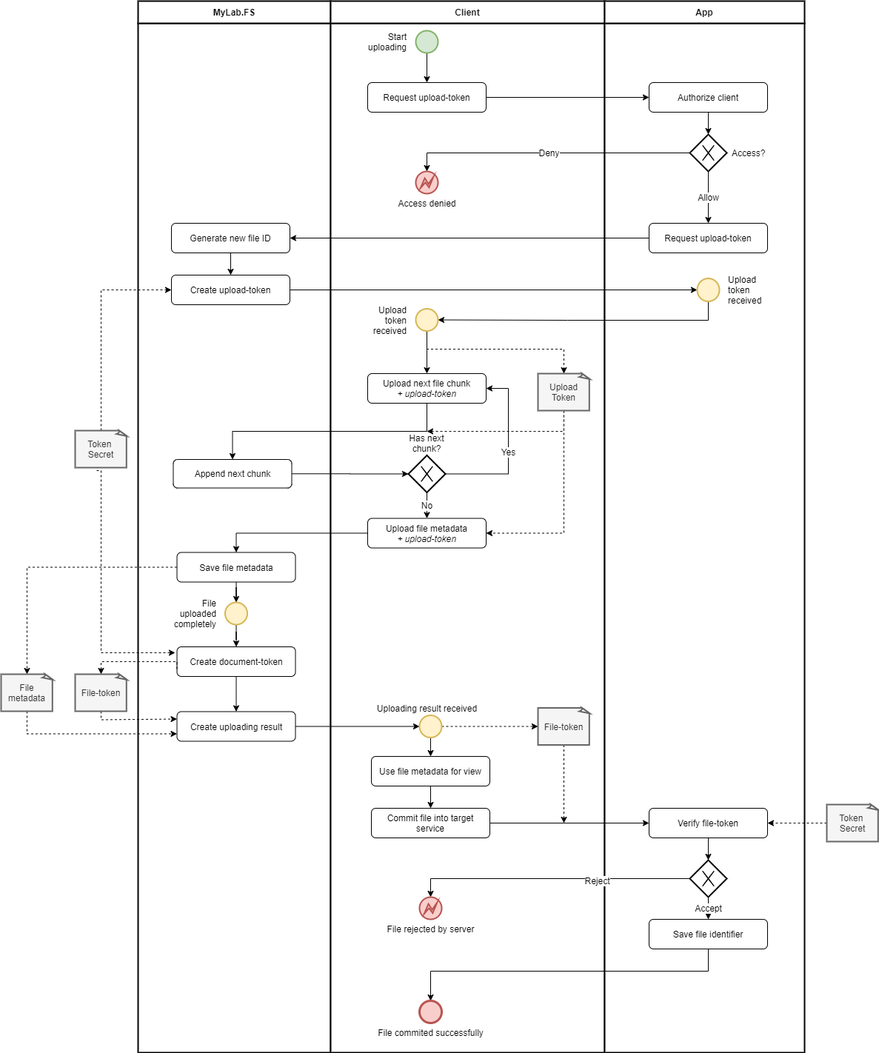
mylab-tools/file-storage keeps this draw.io diagram as doc/diagramms/mylab-fs-client-uploading.png. Above is the earlier version. Source tidied: cells renumbered, new cells last; positions are measured from the earlier drawing's top-left corner, leaving out a move shared by most shapes.
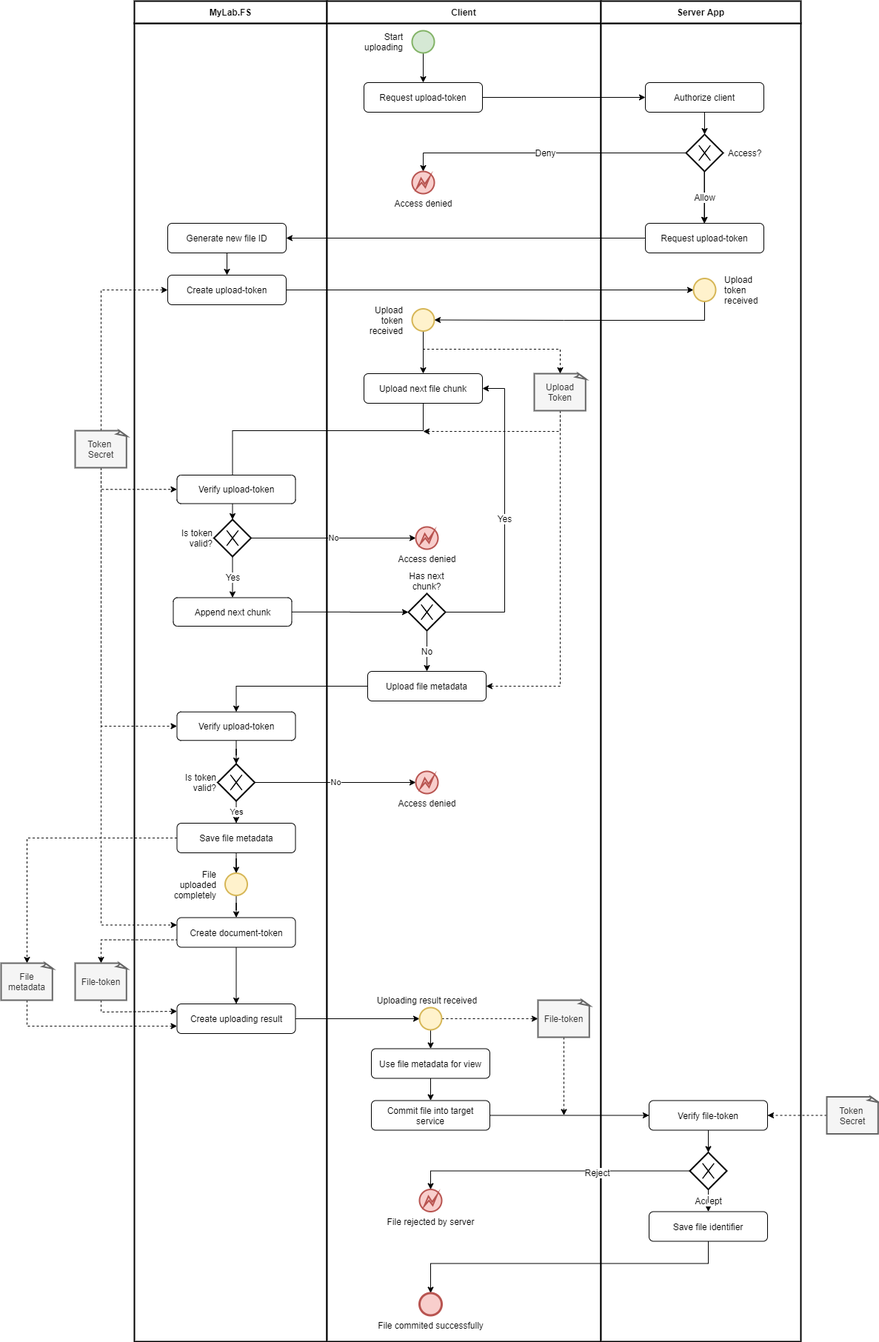
After the commit.

Change to the diagram source:
```diff
@@ -5,3 +5,3 @@
     <mxCell id="2" style="rounded=0;whiteSpace=wrap;html=1;strokeWidth=2;fontSize=12;align=center;" parent="1" vertex="1">
-      <mxGeometry x="185" y="30" width="260" height="1390" as="geometry" />
+      <mxGeometry x="185" y="30" width="260" height="1780" as="geometry" />
     </mxCell>
@@ -11,3 +11,3 @@
     <mxCell id="4" style="rounded=0;whiteSpace=wrap;html=1;strokeWidth=2;fontSize=12;align=center;" parent="1" vertex="1">
-      <mxGeometry x="445" y="30" width="370" height="1390" as="geometry" />
+      <mxGeometry x="445" y="30" width="370" height="1780" as="geometry" />
     </mxCell>
@@ -17,5 +17,5 @@
     <mxCell id="6" style="rounded=0;whiteSpace=wrap;html=1;strokeWidth=2;fontSize=12;align=center;" parent="1" vertex="1">
-      <mxGeometry x="815" y="30" width="270" height="1390" as="geometry" />
+      <mxGeometry x="815" y="30" width="270" height="1780" as="geometry" />
     </mxCell>
-    <mxCell id="7" value="App" style="rounded=0;whiteSpace=wrap;html=1;strokeWidth=2;fontSize=12;align=center;fontStyle=1;" parent="1" vertex="1">
+    <mxCell id="7" value="Server App" style="rounded=0;whiteSpace=wrap;html=1;strokeWidth=2;fontSize=12;align=center;fontStyle=1;" parent="1" vertex="1">
       <mxGeometry x="815" width="270" height="30" as="geometry" />
@@ -61,4 +61,21 @@
     </mxCell>
+    <mxCell id="79" style="edgeStyle=orthogonalEdgeStyle;rounded=0;jettySize=auto;html=1;entryX=0;entryY=0.5;entryDx=0;entryDy=0;exitX=0.5;exitY=1;exitDx=0;exitDy=0;exitPerimeter=0;dashed=1;" parent="1" edge="1" source="21" target="86">
+      <mxGeometry relative="1" as="geometry" />
+    </mxCell>
+    <mxCell id="80" style="edgeStyle=orthogonalEdgeStyle;rounded=0;jettySize=auto;html=1;entryX=0;entryY=0.25;entryDx=0;entryDy=0;dashed=1;" parent="1" edge="1" source="21" target="37">
+      <mxGeometry relative="1" as="geometry">
+        <Array as="points">
+          <mxPoint x="140" y="1248" />
+        </Array>
+      </mxGeometry>
+    </mxCell>
+    <mxCell id="81" style="edgeStyle=orthogonalEdgeStyle;rounded=0;jettySize=auto;html=1;entryX=0;entryY=0.5;entryDx=0;entryDy=0;dashed=1;" parent="1" edge="1" source="21" target="92">
+      <mxGeometry relative="1" as="geometry">
+        <Array as="points">
+          <mxPoint x="140" y="979" />
+        </Array>
+      </mxGeometry>
+    </mxCell>
     <mxCell id="21" value="Token &lt;br&gt;Secret" style="whiteSpace=wrap;html=1;shape=mxgraph.basic.document;strokeWidth=2;fontSize=12;align=center;fillColor=#f5f5f5;strokeColor=#666666;fontColor=#333333;" parent="1" vertex="1">
-      <mxGeometry x="100" y="580" width="70" height="50" as="geometry" />
+      <mxGeometry x="105" y="580" width="70" height="50" as="geometry" />
     </mxCell>
@@ -75,6 +92,6 @@
     </mxCell>
-    <mxCell id="24" style="edgeStyle=orthogonalEdgeStyle;rounded=0;jettySize=auto;html=1;entryX=0.5;entryY=0;entryDx=0;entryDy=0;startArrow=none;startFill=0;endArrow=classic;endFill=1;strokeWidth=1;fontSize=12;exitX=0.5;exitY=1;exitDx=0;exitDy=0;" parent="1" edge="1" source="25" target="27">
+    <mxCell id="24" value="Yes" style="edgeStyle=orthogonalEdgeStyle;rounded=0;jettySize=auto;html=1;entryX=0.5;entryY=0;entryDx=0;entryDy=0;startArrow=none;startFill=0;endArrow=classic;endFill=1;strokeWidth=1;fontSize=12;exitX=0.5;exitY=1;exitDx=0;exitDy=0;" parent="1" edge="1" source="83" target="27">
       <mxGeometry relative="1" as="geometry" />
     </mxCell>
-    <mxCell id="25" value="Upload next file chunk&lt;br&gt;&lt;i&gt;+ upload-token&lt;/i&gt;" style="rounded=1;whiteSpace=wrap;html=1;strokeWidth=1;fontSize=12;align=center;" parent="1" vertex="1">
+    <mxCell id="25" value="Upload next file chunk" style="rounded=1;whiteSpace=wrap;html=1;strokeWidth=1;fontSize=12;align=center;" parent="1" vertex="1">
       <mxGeometry x="495" y="503" width="160" height="40" as="geometry" />
@@ -85,3 +102,3 @@
     <mxCell id="27" value="Append next chunk" style="rounded=1;whiteSpace=wrap;html=1;strokeWidth=1;fontSize=12;align=center;" parent="1" vertex="1">
-      <mxGeometry x="232.5" y="619" width="160" height="38.5" as="geometry" />
+      <mxGeometry x="237.5" y="805.5" width="160" height="38.5" as="geometry" />
     </mxCell>
@@ -90,3 +107,3 @@
         <Array as="points">
-          <mxPoint x="685" y="639" />
+          <mxPoint x="685" y="825" />
           <mxPoint x="685" y="523" />
@@ -99,11 +116,11 @@
     <mxCell id="30" value="&lt;span style=&quot;white-space: normal ; background-color: rgb(255 , 255 , 255)&quot;&gt;Has next chunk?&lt;/span&gt;" style="shape=mxgraph.bpmn.shape;html=1;verticalLabelPosition=top;labelBackgroundColor=#ffffff;verticalAlign=bottom;align=center;perimeter=rhombusPerimeter;background=gateway;outlineConnect=0;outline=none;symbol=exclusiveGw;strokeWidth=2;fontSize=12;labelPosition=center;whiteSpace=wrap;" parent="1" vertex="1">
-      <mxGeometry x="550" y="613.5" width="50" height="50" as="geometry" />
+      <mxGeometry x="555" y="800" width="50" height="50" as="geometry" />
     </mxCell>
-    <mxCell id="31" style="edgeStyle=orthogonalEdgeStyle;rounded=0;jettySize=auto;html=1;entryX=0.5;entryY=0;entryDx=0;entryDy=0;startArrow=none;startFill=0;endArrow=classic;endFill=1;strokeWidth=1;fontSize=12;" parent="1" edge="1" source="32" target="35">
+    <mxCell id="31" style="edgeStyle=orthogonalEdgeStyle;rounded=0;jettySize=auto;html=1;entryX=0.5;entryY=0;entryDx=0;entryDy=0;startArrow=none;startFill=0;endArrow=classic;endFill=1;strokeWidth=1;fontSize=12;" parent="1" edge="1" source="32" target="92">
       <mxGeometry relative="1" as="geometry" />
     </mxCell>
-    <mxCell id="32" value="Upload file metadata&lt;br&gt;&lt;i&gt;+ upload-token&lt;/i&gt;" style="rounded=1;whiteSpace=wrap;html=1;strokeWidth=1;fontSize=12;align=center;" parent="1" vertex="1">
-      <mxGeometry x="495" y="698.5" width="160" height="40" as="geometry" />
+    <mxCell id="32" value="Upload file metadata" style="rounded=1;whiteSpace=wrap;html=1;strokeWidth=1;fontSize=12;align=center;" parent="1" vertex="1">
+      <mxGeometry x="500" y="905" width="160" height="40" as="geometry" />
     </mxCell>
-    <mxCell id="33" style="edgeStyle=orthogonalEdgeStyle;rounded=0;jettySize=auto;html=1;startArrow=none;startFill=0;endArrow=classic;endFill=1;strokeWidth=1;fontSize=12;entryX=0.5;entryY=0;entryDx=0;entryDy=0;" parent="1" edge="1" source="35" target="49">
+    <mxCell id="33" value="&lt;br&gt;" style="edgeStyle=orthogonalEdgeStyle;rounded=0;jettySize=auto;html=1;startArrow=none;startFill=0;endArrow=classic;endFill=1;strokeWidth=1;fontSize=12;entryX=0.5;entryY=0;entryDx=0;entryDy=0;" parent="1" edge="1" source="35" target="49">
       <mxGeometry relative="1" as="geometry" />
@@ -114,3 +131,3 @@
     <mxCell id="35" value="Save file metadata" style="rounded=1;whiteSpace=wrap;html=1;strokeWidth=1;fontSize=12;align=center;" parent="1" vertex="1">
-      <mxGeometry x="237.5" y="744.5" width="160" height="40" as="geometry" />
+      <mxGeometry x="242.5" y="1110" width="160" height="40" as="geometry" />
     </mxCell>
@@ -120,3 +137,3 @@
     <mxCell id="37" value="Create document-token" style="rounded=1;whiteSpace=wrap;html=1;strokeWidth=1;fontSize=12;align=center;" parent="1" vertex="1">
-      <mxGeometry x="237.5" y="872" width="160" height="40" as="geometry" />
+      <mxGeometry x="242.5" y="1237.5" width="160" height="40" as="geometry" />
     </mxCell>
@@ -126,3 +143,3 @@
     <mxCell id="39" value="Create uploading result" style="rounded=1;whiteSpace=wrap;html=1;strokeWidth=1;fontSize=12;align=center;" parent="1" vertex="1">
-      <mxGeometry x="237.5" y="959.5" width="160" height="40" as="geometry" />
+      <mxGeometry x="242.5" y="1354" width="160" height="40" as="geometry" />
     </mxCell>
@@ -145,3 +162,3 @@
         <Array as="points">
-          <mxPoint x="135" y="970.5" />
+          <mxPoint x="140" y="1365" />
         </Array>
@@ -152,4 +169,3 @@
         <Array as="points">
-          <mxPoint x="135" y="892" />
-          <mxPoint x="238" y="892" />
+          <mxPoint x="140" y="1268" />
         </Array>
@@ -158,3 +174,3 @@
     <mxCell id="45" value="File-token" style="whiteSpace=wrap;html=1;shape=mxgraph.basic.document;strokeWidth=2;fontSize=12;align=center;fillColor=#f5f5f5;strokeColor=#666666;fontColor=#333333;" parent="1" vertex="1">
-      <mxGeometry x="100" y="909" width="70" height="50" as="geometry" />
+      <mxGeometry x="105" y="1299" width="70" height="50" as="geometry" />
     </mxCell>
@@ -164,3 +180,3 @@
     <mxCell id="47" value="File metadata" style="whiteSpace=wrap;html=1;shape=mxgraph.basic.document;strokeWidth=2;fontSize=12;align=center;fillColor=#f5f5f5;strokeColor=#666666;fontColor=#333333;" parent="1" vertex="1">
-      <mxGeometry y="909" width="70" height="50" as="geometry" />
+      <mxGeometry x="5" y="1299" width="70" height="50" as="geometry" />
     </mxCell>
@@ -170,3 +186,3 @@
     <mxCell id="49" value="File uploaded completely" style="ellipse;html=1;strokeColor=#d6b656;strokeWidth=2;fillColor=#fff2cc;fontSize=12;align=right;labelPosition=left;verticalLabelPosition=middle;verticalAlign=middle;whiteSpace=wrap;spacingRight=10;" parent="1" vertex="1">
-      <mxGeometry x="302.5" y="812" width="30" height="30" as="geometry" />
+      <mxGeometry x="307.5" y="1177.5" width="30" height="30" as="geometry" />
     </mxCell>
@@ -179,3 +195,3 @@
     <mxCell id="52" value="Uploading result received" style="ellipse;html=1;strokeColor=#d6b656;strokeWidth=2;fillColor=#fff2cc;fontSize=12;align=center;labelPosition=center;verticalLabelPosition=top;verticalAlign=bottom;spacingRight=10;" parent="1" vertex="1">
-      <mxGeometry x="565" y="964.5" width="30" height="30" as="geometry" />
+      <mxGeometry x="570" y="1359" width="30" height="30" as="geometry" />
     </mxCell>
@@ -207,11 +223,2 @@
     </mxCell>
-    <mxCell id="60" style="edgeStyle=orthogonalEdgeStyle;rounded=0;jettySize=auto;html=1;startArrow=none;startFill=0;endArrow=classic;endFill=1;strokeWidth=1;fontSize=12;dashed=1;exitX=0.414;exitY=1.08;exitDx=0;exitDy=0;exitPerimeter=0;" parent="1" edge="1" source="21">
-      <mxGeometry relative="1" as="geometry">
-        <mxPoint x="235" y="880" as="targetPoint" />
-        <Array as="points">
-          <mxPoint x="135" y="634" />
-          <mxPoint x="135" y="880" />
-        </Array>
-      </mxGeometry>
-    </mxCell>
     <mxCell id="61" style="edgeStyle=orthogonalEdgeStyle;rounded=0;jettySize=auto;html=1;entryX=0.5;entryY=0;entryDx=0;entryDy=0;startArrow=none;startFill=0;endArrow=classic;endFill=1;strokeWidth=1;fontSize=12;" parent="1" edge="1" source="62" target="64">
@@ -220,3 +227,3 @@
     <mxCell id="62" value="Use file metadata for view" style="rounded=1;whiteSpace=wrap;html=1;strokeWidth=1;fontSize=12;align=center;" parent="1" vertex="1">
-      <mxGeometry x="500" y="1020" width="160" height="40" as="geometry" />
+      <mxGeometry x="505" y="1414.5" width="160" height="40" as="geometry" />
     </mxCell>
@@ -226,3 +233,3 @@
     <mxCell id="64" value="Commit file into target service" style="rounded=1;whiteSpace=wrap;html=1;strokeWidth=1;fontSize=12;align=center;" parent="1" vertex="1">
-      <mxGeometry x="500" y="1090" width="160" height="40" as="geometry" />
+      <mxGeometry x="505" y="1484.5" width="160" height="40" as="geometry" />
     </mxCell>
@@ -232,3 +239,3 @@
     <mxCell id="66" value="Verify file-token" style="rounded=1;whiteSpace=wrap;html=1;strokeWidth=1;fontSize=12;align=center;" parent="1" vertex="1">
-      <mxGeometry x="875" y="1090" width="160" height="40" as="geometry" />
+      <mxGeometry x="880" y="1484.5" width="160" height="40" as="geometry" />
     </mxCell>
@@ -236,3 +243,3 @@
       <mxGeometry relative="1" as="geometry">
-        <mxPoint x="760" y="1110" as="targetPoint" />
+        <mxPoint x="765" y="1504.5" as="targetPoint" />
       </mxGeometry>
@@ -240,3 +247,3 @@
     <mxCell id="68" value="File-token" style="whiteSpace=wrap;html=1;shape=mxgraph.basic.document;strokeWidth=2;fontSize=12;align=center;fillColor=#f5f5f5;strokeColor=#666666;fontColor=#333333;" parent="1" vertex="1">
-      <mxGeometry x="725" y="954.5" width="70" height="50" as="geometry" />
+      <mxGeometry x="730" y="1349" width="70" height="50" as="geometry" />
     </mxCell>
@@ -246,3 +253,3 @@
     <mxCell id="70" value="Token &lt;br&gt;Secret" style="whiteSpace=wrap;html=1;shape=mxgraph.basic.document;strokeWidth=2;fontSize=12;align=center;fillColor=#f5f5f5;strokeColor=#666666;fontColor=#333333;" parent="1" vertex="1">
-      <mxGeometry x="1115" y="1085" width="70" height="50" as="geometry" />
+      <mxGeometry x="1120" y="1479.5" width="70" height="50" as="geometry" />
     </mxCell>
@@ -257,7 +264,7 @@
     </mxCell>
-    <mxCell id="74" style="shape=mxgraph.bpmn.shape;html=1;verticalLabelPosition=bottom;labelBackgroundColor=#ffffff;verticalAlign=top;align=center;perimeter=rhombusPerimeter;background=gateway;outlineConnect=0;outline=none;symbol=exclusiveGw;strokeWidth=2;fontSize=12;" parent="1" vertex="1">
-      <mxGeometry x="930" y="1160" width="50" height="50" as="geometry" />
+    <mxCell id="74" value="I" style="shape=mxgraph.bpmn.shape;html=1;verticalLabelPosition=bottom;labelBackgroundColor=#ffffff;verticalAlign=top;align=center;perimeter=rhombusPerimeter;background=gateway;outlineConnect=0;outline=none;symbol=exclusiveGw;strokeWidth=2;fontSize=12;" parent="1" vertex="1">
+      <mxGeometry x="935" y="1554.5" width="50" height="50" as="geometry" />
     </mxCell>
     <mxCell id="75" value="File rejected by server" style="shape=mxgraph.bpmn.shape;html=1;verticalLabelPosition=bottom;labelBackgroundColor=#ffffff;verticalAlign=top;align=center;perimeter=ellipsePerimeter;outlineConnect=0;outline=eventInt;symbol=error;strokeColor=#b85450;strokeWidth=2;fillColor=#f8cecc;fontSize=12;" parent="1" vertex="1">
-      <mxGeometry x="565" y="1210" width="30" height="30" as="geometry" />
+      <mxGeometry x="570" y="1604.5" width="30" height="30" as="geometry" />
     </mxCell>
@@ -266,4 +273,4 @@
         <Array as="points">
-          <mxPoint x="955" y="1310" />
-          <mxPoint x="580" y="1310" />
+          <mxPoint x="960" y="1704.5" />
+          <mxPoint x="585" y="1704.5" />
         </Array>
@@ -272,7 +279,51 @@
     <mxCell id="77" value="Save file identifier" style="rounded=1;whiteSpace=wrap;html=1;strokeWidth=1;fontSize=12;align=center;" parent="1" vertex="1">
-      <mxGeometry x="875" y="1240" width="160" height="40" as="geometry" />
+      <mxGeometry x="880" y="1634.5" width="160" height="40" as="geometry" />
     </mxCell>
     <mxCell id="78" value="File commited successfully" style="shape=mxgraph.bpmn.shape;html=1;verticalLabelPosition=bottom;labelBackgroundColor=#ffffff;verticalAlign=top;align=center;perimeter=ellipsePerimeter;outlineConnect=0;outline=end;symbol=general;strokeColor=#b85450;strokeWidth=1;fillColor=#f8cecc;fontSize=12;" parent="1" vertex="1">
-      <mxGeometry x="565" y="1350" width="30" height="30" as="geometry" />
+      <mxGeometry x="570" y="1744.5" width="30" height="30" as="geometry" />
     </mxCell>
+    <mxCell id="82" value="Allow" style="edgeStyle=orthogonalEdgeStyle;rounded=0;orthogonalLoop=1;jettySize=auto;html=1;startArrow=none;startFill=0;endArrow=classic;endFill=1;strokeWidth=1;fontSize=12;" parent="1" edge="1">
+      <mxGeometry relative="1" as="geometry">
+        <mxPoint x="954.5" y="230" as="sourcePoint" />
+        <mxPoint x="954.5" y="300" as="targetPoint" />
+      </mxGeometry>
+    </mxCell>
+    <mxCell id="83" value="&lt;span style=&quot;white-space: normal ; background-color: rgb(255 , 255 , 255)&quot;&gt;Is token valid?&lt;/span&gt;" style="shape=mxgraph.bpmn.shape;html=1;verticalLabelPosition=middle;labelBackgroundColor=#ffffff;verticalAlign=middle;align=right;perimeter=rhombusPerimeter;background=gateway;outlineConnect=0;outline=none;symbol=exclusiveGw;strokeWidth=2;fontSize=12;labelPosition=left;whiteSpace=wrap;" parent="1" vertex="1">
+      <mxGeometry x="292.5" y="700" width="50" height="50" as="geometry" />
+    </mxCell>
+    <mxCell id="84" style="edgeStyle=orthogonalEdgeStyle;rounded=0;jettySize=auto;html=1;entryX=0.5;entryY=0;entryDx=0;entryDy=0;startArrow=none;startFill=0;endArrow=classic;endFill=1;strokeWidth=1;fontSize=12;exitX=0.5;exitY=1;exitDx=0;exitDy=0;" parent="1" edge="1" source="25" target="83">
+      <mxGeometry relative="1" as="geometry">
+        <Array as="points">
+          <mxPoint x="575" y="580" />
+          <mxPoint x="318" y="580" />
+        </Array>
+      </mxGeometry>
+    </mxCell>
+    <mxCell id="85" value="No" style="edgeStyle=orthogonalEdgeStyle;rounded=0;jettySize=auto;html=1;entryX=0;entryY=0.5;entryDx=0;entryDy=0;exitX=1;exitY=0.5;exitDx=0;exitDy=0;" parent="1" edge="1" source="83" target="87">
+      <mxGeometry relative="1" as="geometry" />
+    </mxCell>
+    <mxCell id="86" value="Verify upload-token" style="rounded=1;whiteSpace=wrap;html=1;strokeWidth=1;fontSize=12;align=center;" parent="1" vertex="1">
+      <mxGeometry x="242.5" y="640" width="160" height="38.5" as="geometry" />
+    </mxCell>
+    <mxCell id="87" value="Access denied" style="shape=mxgraph.bpmn.shape;html=1;verticalLabelPosition=bottom;labelBackgroundColor=#ffffff;verticalAlign=top;align=center;perimeter=ellipsePerimeter;outlineConnect=0;outline=eventInt;symbol=error;strokeColor=#b85450;strokeWidth=2;fillColor=#f8cecc;fontSize=12;" parent="1" vertex="1">
+      <mxGeometry x="565" y="710" width="30" height="30" as="geometry" />
+    </mxCell>
+    <mxCell id="88" value="Yes" style="edgeStyle=orthogonalEdgeStyle;rounded=0;jettySize=auto;html=1;entryX=0.5;entryY=0;entryDx=0;entryDy=0;" parent="1" edge="1" source="89" target="35">
+      <mxGeometry relative="1" as="geometry" />
+    </mxCell>
+    <mxCell id="89" value="&lt;span style=&quot;white-space: normal ; background-color: rgb(255 , 255 , 255)&quot;&gt;Is token valid?&lt;/span&gt;" style="shape=mxgraph.bpmn.shape;html=1;verticalLabelPosition=middle;labelBackgroundColor=#ffffff;verticalAlign=middle;align=right;perimeter=rhombusPerimeter;background=gateway;outlineConnect=0;outline=none;symbol=exclusiveGw;strokeWidth=2;fontSize=12;labelPosition=left;whiteSpace=wrap;" parent="1" vertex="1">
+      <mxGeometry x="297.5" y="1030" width="50" height="50" as="geometry" />
+    </mxCell>
+    <mxCell id="90" value="No" style="edgeStyle=orthogonalEdgeStyle;rounded=0;jettySize=auto;html=1;entryX=0;entryY=0.5;entryDx=0;entryDy=0;exitX=1;exitY=0.5;exitDx=0;exitDy=0;" parent="1" edge="1" source="89" target="93">
+      <mxGeometry relative="1" as="geometry" />
+    </mxCell>
+    <mxCell id="91" style="edgeStyle=orthogonalEdgeStyle;rounded=0;jettySize=auto;html=1;entryX=0.5;entryY=0;entryDx=0;entryDy=0;" parent="1" edge="1" source="92" target="89">
+      <mxGeometry relative="1" as="geometry" />
+    </mxCell>
+    <mxCell id="92" value="Verify upload-token" style="rounded=1;whiteSpace=wrap;html=1;strokeWidth=1;fontSize=12;align=center;" parent="1" vertex="1">
+      <mxGeometry x="242.5" y="959.8" width="160" height="38.5" as="geometry" />
+    </mxCell>
+    <mxCell id="93" value="Access denied" style="shape=mxgraph.bpmn.shape;html=1;verticalLabelPosition=bottom;labelBackgroundColor=#ffffff;verticalAlign=top;align=center;perimeter=ellipsePerimeter;outlineConnect=0;outline=eventInt;symbol=error;strokeColor=#b85450;strokeWidth=2;fillColor=#f8cecc;fontSize=12;" parent="1" vertex="1">
+      <mxGeometry x="565" y="1040" width="30" height="30" as="geometry" />
+    </mxCell>
   </root>
```
